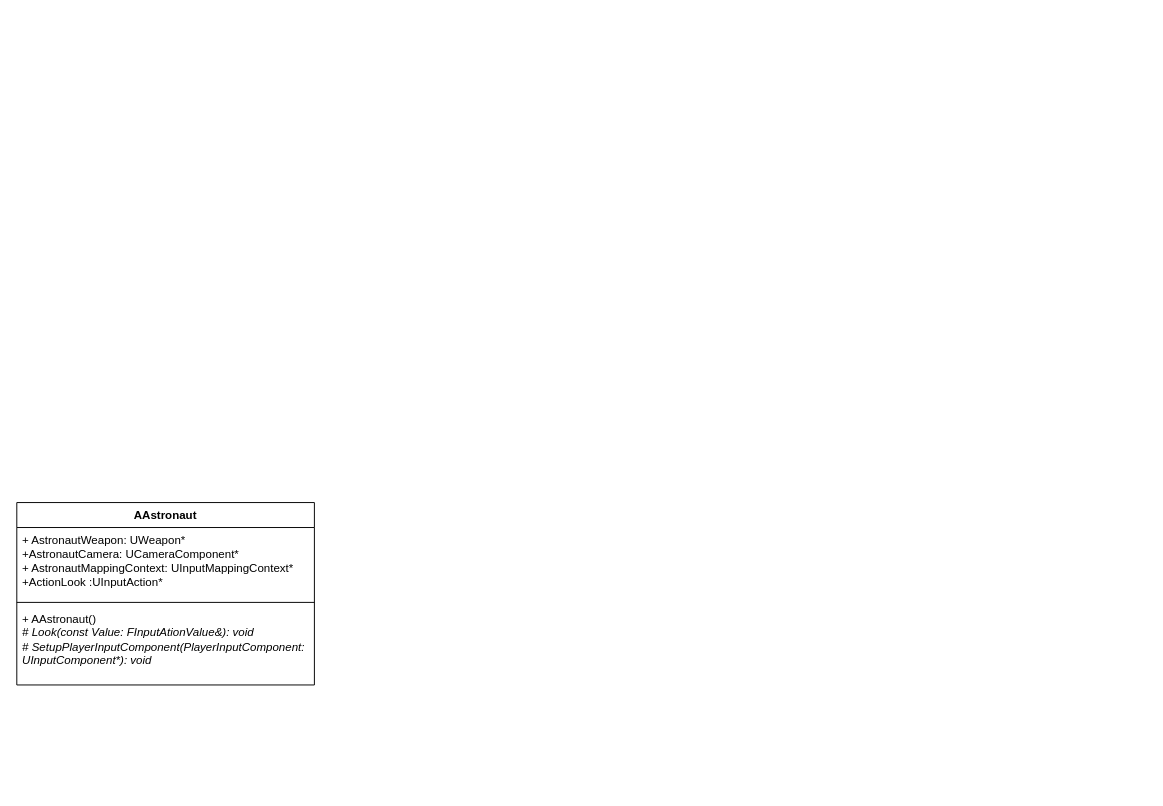
herrkrabbe/BarBoi keeps this draw.io diagram as UML.drawio. Above is the earlier version. Source tidied: cells renumbered, new cells numbered last; positions are measured from the earlier drawing's top-left corner, leaving out a move shared by most shapes. Both pictures are drawn from the tidied source at 96%, with x=0, y=0 at pixel (16, 502).
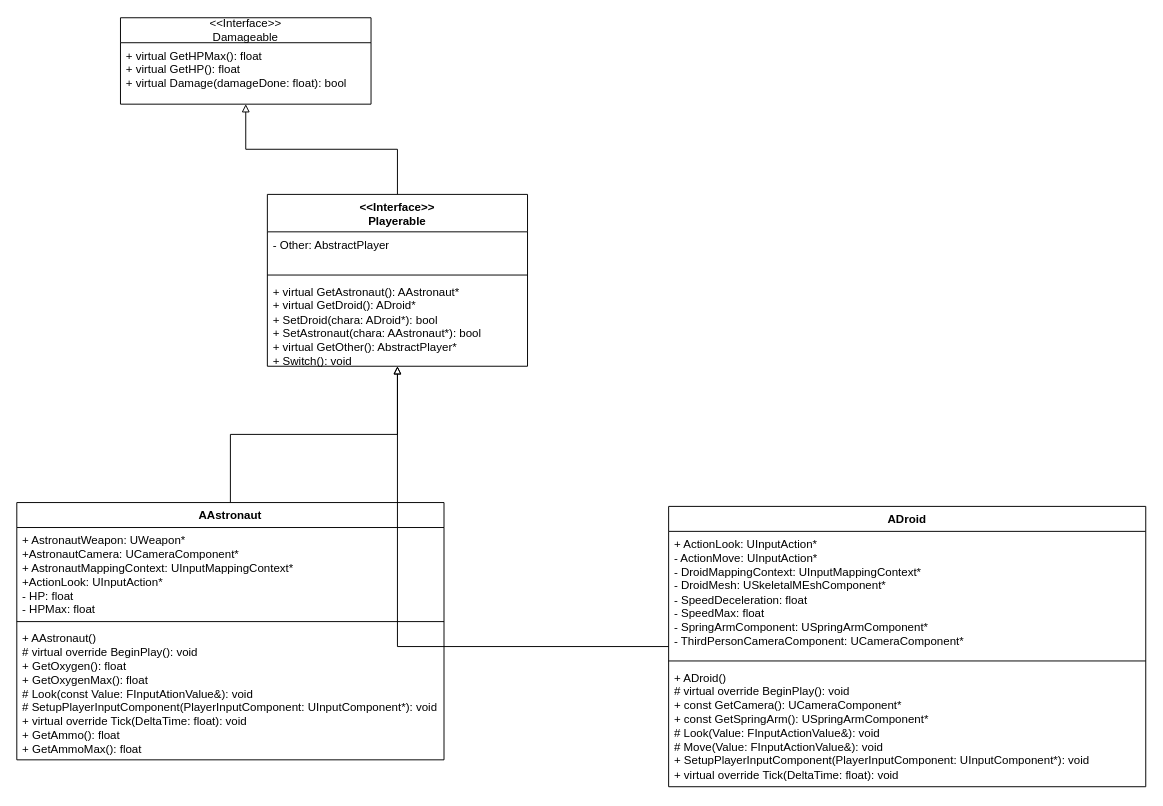
Above is the later version.

Commit message:
UML: player side of interface

The edit, as a diff of the source:
```diff
@@
 <mxGraphModel>
   <root>
     <mxCell id="0" />
     <mxCell id="1" parent="0" />
+    <mxCell id="6" style="edgeStyle=orthogonalEdgeStyle;rounded=0;jettySize=auto;html=1;endArrow=block;endFill=0;" parent="1" edge="1" source="2" target="10">
+      <mxGeometry relative="1" as="geometry" />
+    </mxCell>
     <mxCell id="2" value="AAstronaut" style="swimlane;fontStyle=1;align=center;verticalAlign=top;horizontal=1;startSize=26;whiteSpace=wrap;html=1;" parent="1" vertex="1">
-      <mxGeometry width="310" height="190" as="geometry" />
+      <mxGeometry width="445" height="268" as="geometry" />
     </mxCell>
-    <mxCell id="3" value="&lt;div&gt;+ AstronautWeapon: UWeapon*&lt;/div&gt;&lt;div&gt;+AstronautCamera: UCameraComponent*&lt;/div&gt;&lt;div&gt;+ AstronautMappingContext: UInputMappingContext*&lt;/div&gt;&lt;div&gt;+ActionLook :UInputAction*&lt;/div&gt;" style="text;strokeColor=none;fillColor=none;align=left;verticalAlign=top;spacingLeft=4;spacingRight=4;overflow=hidden;whiteSpace=wrap;html=1;" parent="2" vertex="1">
-      <mxGeometry y="26" width="310" height="74" as="geometry" />
+    <mxCell id="3" value="&lt;div&gt;+ AstronautWeapon: UWeapon*&lt;/div&gt;&lt;div&gt;+AstronautCamera: UCameraComponent*&lt;/div&gt;&lt;div&gt;+ AstronautMappingContext: UInputMappingContext*&lt;/div&gt;&lt;div&gt;+ActionLook: UInputAction*&lt;/div&gt;&lt;div&gt;- HP: float&lt;/div&gt;&lt;div&gt;- HPMax: float&lt;/div&gt;" style="text;strokeColor=none;fillColor=none;align=left;verticalAlign=top;spacingLeft=4;spacingRight=4;overflow=hidden;whiteSpace=wrap;html=1;" parent="2" vertex="1">
+      <mxGeometry y="26" width="445" height="94" as="geometry" />
     </mxCell>
     <mxCell id="4" style="line;strokeWidth=1;fillColor=none;align=left;verticalAlign=middle;spacingTop=-1;spacingLeft=3;spacingRight=3;labelPosition=right;strokeColor=inherit;" parent="2" vertex="1">
-      <mxGeometry y="100" width="310" height="8" as="geometry" />
+      <mxGeometry y="120" width="445" height="8" as="geometry" />
     </mxCell>
-    <mxCell id="5" value="+ AAstronaut()&lt;div&gt;&lt;i&gt;# Look(const Value: FInputAtionValue&amp;amp;): void&lt;/i&gt;&lt;/div&gt;&lt;div&gt;&lt;i&gt;# SetupPlayerInputComponent(PlayerInputComponent: UInputComponent*): void&lt;/i&gt;&lt;/div&gt;" style="text;strokeColor=none;fillColor=none;align=left;verticalAlign=top;spacingLeft=4;spacingRight=4;overflow=hidden;whiteSpace=wrap;html=1;" parent="2" vertex="1">
-      <mxGeometry y="108" width="310" height="82" as="geometry" />
+    <mxCell id="5" value="+ AAstronaut()&lt;div&gt;# virtual override BeginPlay(): void&lt;/div&gt;&lt;div&gt;+ GetOxygen(): float&lt;/div&gt;&lt;div&gt;+ GetOxygenMax(): float&lt;/div&gt;&lt;div&gt;# Look(const Value: FInputAtionValue&amp;amp;): void&lt;br&gt;&lt;div&gt;&lt;div&gt;# SetupPlayerInputComponent(PlayerInputComponent: UInputComponent*): void&lt;/div&gt;&lt;/div&gt;&lt;div&gt;+ virtual override Tick(DeltaTime: float): void&lt;/div&gt;&lt;/div&gt;&lt;div&gt;+ GetAmmo(): float&lt;/div&gt;&lt;div&gt;+ GetAmmoMax(): float&lt;/div&gt;" style="text;strokeColor=none;fillColor=none;align=left;verticalAlign=top;spacingLeft=4;spacingRight=4;overflow=hidden;whiteSpace=wrap;html=1;" parent="2" vertex="1">
+      <mxGeometry y="128" width="445" height="140" as="geometry" />
     </mxCell>
+    <mxCell id="7" value="&amp;lt;&amp;lt;Interface&amp;gt;&amp;gt;&lt;div&gt;Damageable&lt;/div&gt;" style="swimlane;fontStyle=0;horizontal=1;startSize=26;fillColor=none;whiteSpace=wrap;html=1;" parent="1" vertex="1">
+      <mxGeometry x="108" y="-505" width="261" height="90" as="geometry" />
+    </mxCell>
+    <mxCell id="8" value="+ virtual GetHPMax(): float&lt;div&gt;+ virtual GetHP(): float&lt;/div&gt;&lt;div&gt;+ virtual Damage(damageDone: float): bool&lt;/div&gt;" style="text;strokeColor=none;fillColor=none;align=left;verticalAlign=top;spacingLeft=4;spacingRight=4;overflow=hidden;whiteSpace=wrap;html=1;" parent="7" vertex="1">
+      <mxGeometry y="26" width="261" height="64" as="geometry" />
+    </mxCell>
+    <mxCell id="9" style="edgeStyle=orthogonalEdgeStyle;rounded=0;jettySize=auto;html=1;endArrow=block;endFill=0;" parent="1" edge="1" source="10" target="7">
+      <mxGeometry relative="1" as="geometry" />
+    </mxCell>
+    <mxCell id="10" value="&amp;lt;&amp;lt;Interface&amp;gt;&amp;gt;&lt;div&gt;Playerable&lt;/div&gt;" style="swimlane;fontStyle=1;align=center;verticalAlign=top;horizontal=1;startSize=39;whiteSpace=wrap;html=1;" parent="1" vertex="1">
+      <mxGeometry x="261" y="-321" width="271" height="179" as="geometry" />
+    </mxCell>
+    <mxCell id="11" value="- Other: AbstractPlayer" style="text;strokeColor=none;fillColor=none;align=left;verticalAlign=top;spacingLeft=4;spacingRight=4;overflow=hidden;whiteSpace=wrap;html=1;" parent="10" vertex="1">
+      <mxGeometry y="39" width="271" height="41" as="geometry" />
+    </mxCell>
+    <mxCell id="12" style="line;strokeWidth=1;fillColor=none;align=left;verticalAlign=middle;spacingTop=-1;spacingLeft=3;spacingRight=3;labelPosition=right;strokeColor=inherit;" parent="10" vertex="1">
+      <mxGeometry y="80" width="271" height="8" as="geometry" />
+    </mxCell>
+    <mxCell id="13" value="+ virtual GetAstronaut(): AAstronaut*&lt;div&gt;+ virtual GetDroid(): ADroid*&lt;/div&gt;&lt;div&gt;+ SetDroid(chara: ADroid*): bool&lt;/div&gt;&lt;div&gt;+ SetAstronaut(chara: AAstronaut*): bool&lt;/div&gt;&lt;div&gt;+ virtual GetOther(): AbstractPlayer*&lt;/div&gt;&lt;div&gt;+ Switch(): void&lt;/div&gt;" style="text;strokeColor=none;fillColor=none;align=left;verticalAlign=top;spacingLeft=4;spacingRight=4;overflow=hidden;whiteSpace=wrap;html=1;" parent="10" vertex="1">
+      <mxGeometry y="88" width="271" height="91" as="geometry" />
+    </mxCell>
+    <mxCell id="14" style="edgeStyle=orthogonalEdgeStyle;rounded=0;jettySize=auto;html=1;endArrow=block;endFill=0;" parent="1" edge="1" source="15" target="10">
+      <mxGeometry relative="1" as="geometry" />
+    </mxCell>
+    <mxCell id="15" value="ADroid" style="swimlane;fontStyle=1;align=center;verticalAlign=top;horizontal=1;startSize=26;whiteSpace=wrap;html=1;" parent="1" vertex="1">
+      <mxGeometry x="679" y="4" width="497" height="292" as="geometry" />
+    </mxCell>
+    <mxCell id="16" value="+ ActionLook: UInputAction*&lt;div&gt;- ActionMove: UInputAction*&lt;/div&gt;&lt;div&gt;- DroidMappingContext: UInputMappingContext*&lt;/div&gt;&lt;div&gt;- DroidMesh: USkeletalMEshComponent*&lt;/div&gt;&lt;div&gt;- SpeedDeceleration: float&lt;/div&gt;&lt;div&gt;- SpeedMax: float&lt;/div&gt;&lt;div&gt;- SpringArmComponent: USpringArmComponent*&lt;/div&gt;&lt;div&gt;- ThirdPersonCameraComponent: UCameraComponent*&lt;/div&gt;" style="text;strokeColor=none;fillColor=none;align=left;verticalAlign=top;spacingLeft=4;spacingRight=4;overflow=hidden;whiteSpace=wrap;html=1;" parent="15" vertex="1">
+      <mxGeometry y="26" width="497" height="131" as="geometry" />
+    </mxCell>
+    <mxCell id="17" style="line;strokeWidth=1;fillColor=none;align=left;verticalAlign=middle;spacingTop=-1;spacingLeft=3;spacingRight=3;labelPosition=right;strokeColor=inherit;" parent="15" vertex="1">
+      <mxGeometry y="157" width="497" height="8" as="geometry" />
+    </mxCell>
+    <mxCell id="18" value="+ ADroid()&lt;div&gt;# virtual override BeginPlay(): void&lt;/div&gt;&lt;div&gt;+ const GetCamera(): UCameraComponent*&lt;/div&gt;&lt;div&gt;+ const GetSpringArm(): USpringArmComponent*&lt;/div&gt;&lt;div&gt;# Look(Value: FInputActionValue&amp;amp;): void&lt;/div&gt;&lt;div&gt;# Move(Value: FInputActionValue&amp;amp;): void&lt;/div&gt;&lt;div&gt;+ SetupPlayerInputComponent(PlayerInputComponent:&amp;nbsp;UInputComponent*): void&lt;/div&gt;&lt;div&gt;+ virtual override Tick(DeltaTime: float): void&lt;br&gt;&lt;/div&gt;" style="text;strokeColor=none;fillColor=none;align=left;verticalAlign=top;spacingLeft=4;spacingRight=4;overflow=hidden;whiteSpace=wrap;html=1;" parent="15" vertex="1">
+      <mxGeometry y="165" width="497" height="127" as="geometry" />
+    </mxCell>
   </root>
 </mxGraphModel>
```
